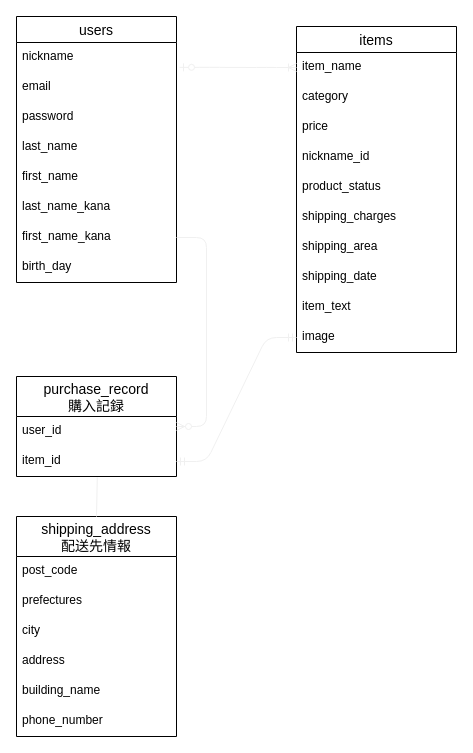
Above: furima.dio in yoshi-1023/furima-35059 (draw.io), before the change. Source tidied: cells renumbered, new cells numbered last; positions are measured from the earlier drawing's top-left corner, leaving out a move shared by most shapes. Both pictures are drawn from the tidied source at 100%, with x=0, y=0 at pixel (16, 16).
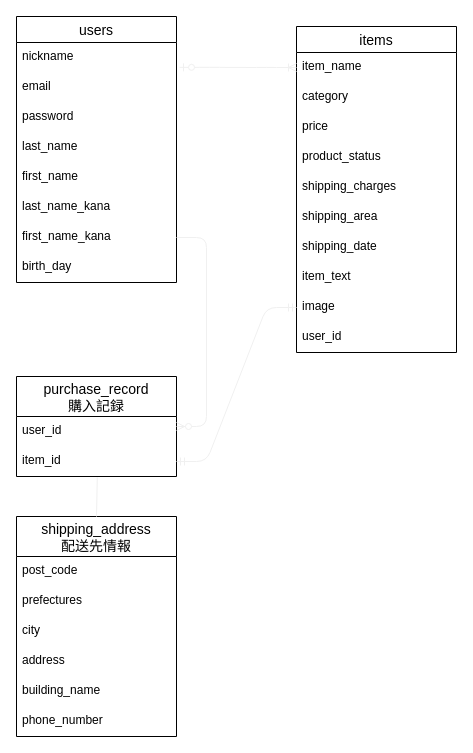
The same diagram, later.

Commit message (it also covers changes not shown here):
データベース設計　修正

The change refers to these unchanged cells:
```xml
<mxCell id="2" value="items" style="swimlane;fontStyle=0;horizontal=1;startSize=26;align=center;fontSize=14;" parent="1" vertex="1">
  <mxGeometry x="280" y="10" width="160" height="326" as="geometry" />
</mxCell>
```

Change to the diagram source:
```diff
@@
-    <mxCell id="6" value="nickname_id" style="text;strokeColor=none;fillColor=none;spacingLeft=4;spacingRight=4;overflow=hidden;fontSize=12;" parent="2" vertex="1">
-      <mxGeometry y="116" width="160" height="30" as="geometry" />
-    </mxCell>
     <mxCell id="7" value="product_status" style="text;strokeColor=none;fillColor=none;spacingLeft=4;spacingRight=4;overflow=hidden;fontSize=12;" parent="2" vertex="1">
-      <mxGeometry y="146" width="160" height="30" as="geometry" />
+      <mxGeometry y="116" width="160" height="30" as="geometry" />
     </mxCell>
     <mxCell id="8" value="shipping_charges" style="text;strokeColor=none;fillColor=none;spacingLeft=4;spacingRight=4;overflow=hidden;fontSize=12;" parent="2" vertex="1">
-      <mxGeometry y="176" width="160" height="30" as="geometry" />
+      <mxGeometry y="146" width="160" height="30" as="geometry" />
     </mxCell>
     <mxCell id="9" value="shipping_area" style="text;strokeColor=none;fillColor=none;spacingLeft=4;spacingRight=4;overflow=hidden;fontSize=12;" parent="2" vertex="1">
-      <mxGeometry y="206" width="160" height="30" as="geometry" />
+      <mxGeometry y="176" width="160" height="30" as="geometry" />
     </mxCell>
     <mxCell id="10" value="shipping_date" style="text;strokeColor=none;fillColor=none;spacingLeft=4;spacingRight=4;overflow=hidden;fontSize=12;" parent="2" vertex="1">
-      <mxGeometry y="236" width="160" height="30" as="geometry" />
+      <mxGeometry y="206" width="160" height="30" as="geometry" />
     </mxCell>
     <mxCell id="11" value="item_text" style="text;strokeColor=none;fillColor=none;spacingLeft=4;spacingRight=4;overflow=hidden;fontSize=12;" parent="2" vertex="1">
-      <mxGeometry y="266" width="160" height="30" as="geometry" />
+      <mxGeometry y="236" width="160" height="30" as="geometry" />
     </mxCell>
     <mxCell id="12" value="image" style="text;strokeColor=none;fillColor=none;spacingLeft=4;spacingRight=4;overflow=hidden;points=[[0,0.5],[1,0.5]];portConstraint=eastwest;fontSize=12;" parent="2" vertex="1">
-      <mxGeometry y="296" width="160" height="30" as="geometry" />
+      <mxGeometry y="266" width="160" height="30" as="geometry" />
     </mxCell>
+    <mxCell id="36" value="user_id" style="text;strokeColor=none;fillColor=none;spacingLeft=4;spacingRight=4;overflow=hidden;fontSize=12;" parent="2" vertex="1">
+      <mxGeometry y="296" width="160" height="30" as="geometry" />
+    </mxCell>
```
